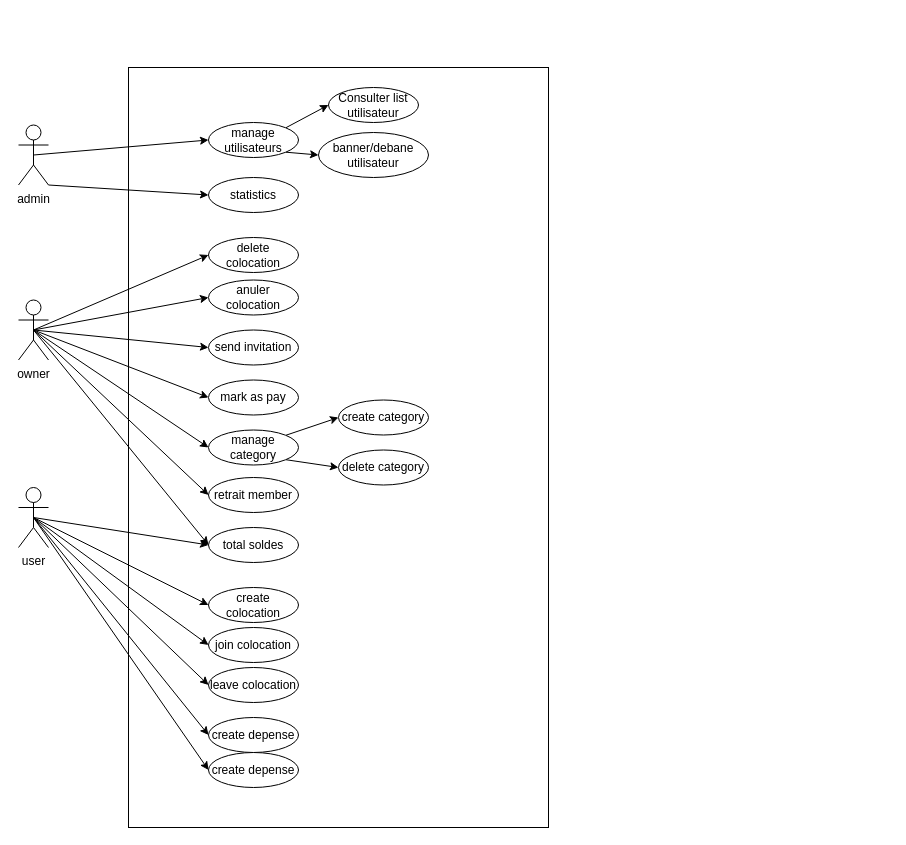
Above: schema/use-case-diagram.drawio in amineElgaini/easycloc (draw.io), before the change. Source tidied: cells renumbered, new cells numbered last; positions are measured from the earlier drawing's top-left corner, leaving out a move shared by most shapes. Both pictures are drawn from the tidied source at 100%, with x=0, y=0 at pixel (18, 67).
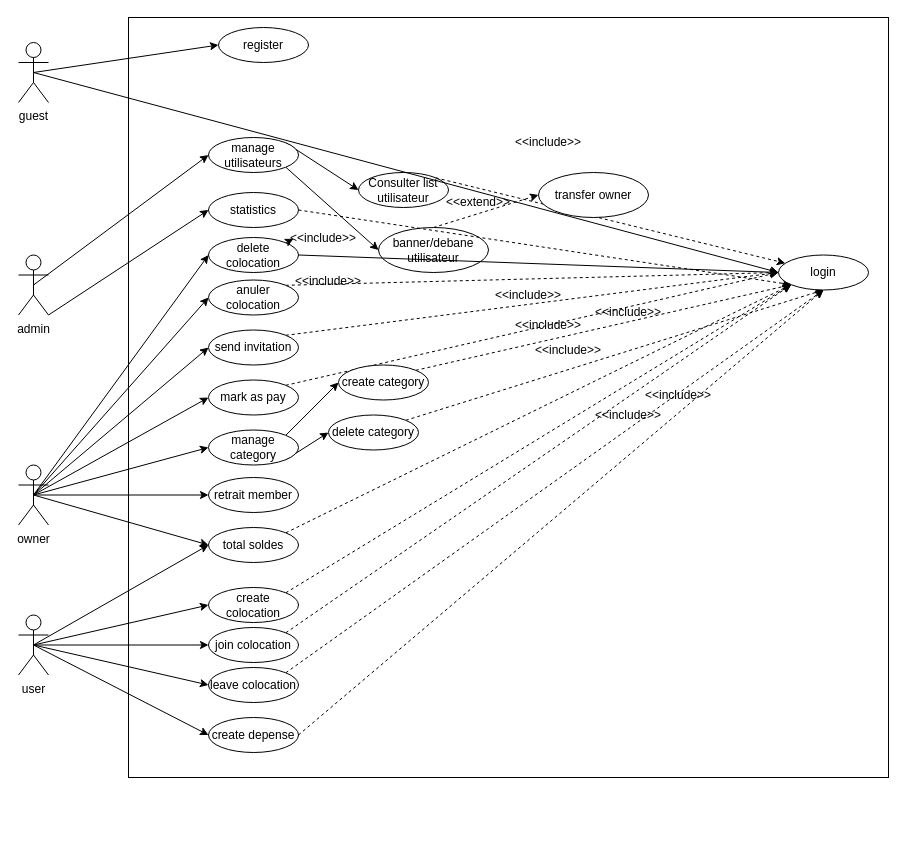
The same page after the edit.

Commit message (it also covers changes not shown here):
update web, and use-case

Unchanged cells that the change refers to:
```xml
<mxCell id="13" value="create colocation" style="ellipse;html=1;whiteSpace=wrap;" parent="1" vertex="1">
  <mxGeometry x="190" y="520" width="90" height="35" as="geometry" />
</mxCell>
<mxCell id="14" value="delete colocation" style="ellipse;html=1;whiteSpace=wrap;" parent="1" vertex="1">
  <mxGeometry x="190" y="170" width="90" height="35" as="geometry" />
</mxCell>
<mxCell id="24" value="anuler colocation" style="ellipse;html=1;whiteSpace=wrap;" parent="1" vertex="1">
  <mxGeometry x="190" y="212.5" width="90" height="35" as="geometry" />
</mxCell>
<mxCell id="25" value="send invitation" style="ellipse;html=1;whiteSpace=wrap;" parent="1" vertex="1">
  <mxGeometry x="190" y="262.5" width="90" height="35" as="geometry" />
</mxCell>
<mxCell id="26" value="mark as pay" style="ellipse;html=1;whiteSpace=wrap;" parent="1" vertex="1">
  <mxGeometry x="190" y="312.5" width="90" height="35" as="geometry" />
</mxCell>
<mxCell id="38" value="total soldes" style="ellipse;html=1;whiteSpace=wrap;" parent="1" vertex="1">
  <mxGeometry x="190" y="460" width="90" height="35" as="geometry" />
</mxCell>
<mxCell id="39" value="join colocation" style="ellipse;html=1;whiteSpace=wrap;" parent="1" vertex="1">
  <mxGeometry x="190" y="560" width="90" height="35" as="geometry" />
</mxCell>
<mxCell id="40" value="leave colocation" style="ellipse;html=1;whiteSpace=wrap;" parent="1" vertex="1">
  <mxGeometry x="190" y="600" width="90" height="35" as="geometry" />
</mxCell>
<mxCell id="41" value="create depense" style="ellipse;html=1;whiteSpace=wrap;" parent="1" vertex="1">
  <mxGeometry x="190" y="650" width="90" height="35" as="geometry" />
</mxCell>
```

Change to the diagram source:
```diff
@@
     <mxCell id="2" style="html=1;whiteSpace=wrap;" parent="1" vertex="1">
-      <mxGeometry x="110" width="420" height="760" as="geometry" />
+      <mxGeometry x="110" y="-50" width="760" height="760" as="geometry" />
     </mxCell>
@@
+    <mxCell id="43" style="edgeStyle=none;html=1;exitX=0.5;exitY=0;exitDx=0;exitDy=0;entryX=0;entryY=0.5;entryDx=0;entryDy=0;dashed=1;" parent="1" edge="1" source="8" target="56">
+      <mxGeometry relative="1" as="geometry" />
+    </mxCell>
+    <mxCell id="44" style="edgeStyle=none;html=1;exitX=1;exitY=0;exitDx=0;exitDy=0;dashed=1;" parent="1" edge="1" source="7" target="60">
+      <mxGeometry relative="1" as="geometry" />
+    </mxCell>
     <mxCell id="5" value="manage utilisateurs" style="ellipse;html=1;whiteSpace=wrap;" parent="1" vertex="1">
-      <mxGeometry x="190" y="55" width="90" height="35" as="geometry" />
+      <mxGeometry x="190" y="70" width="90" height="35" as="geometry" />
     </mxCell>
@@
     <mxCell id="7" value="Consulter list utilisateur" style="ellipse;html=1;whiteSpace=wrap;" parent="1" vertex="1">
-      <mxGeometry x="310" y="20" width="90" height="35" as="geometry" />
+      <mxGeometry x="340" y="105" width="90" height="35" as="geometry" />
     </mxCell>
     <mxCell id="8" value="banner/debane utilisateur" style="ellipse;html=1;whiteSpace=wrap;" parent="1" vertex="1">
-      <mxGeometry x="300" y="65" width="110" height="45" as="geometry" />
+      <mxGeometry x="360" y="160" width="110" height="45" as="geometry" />
     </mxCell>
+    <mxCell id="45" style="edgeStyle=none;html=1;exitX=1;exitY=0.5;exitDx=0;exitDy=0;entryX=0;entryY=1;entryDx=0;entryDy=0;dashed=1;" parent="1" edge="1" source="9" target="60">
+      <mxGeometry relative="1" as="geometry" />
+    </mxCell>
     <mxCell id="9" value="statistics" style="ellipse;html=1;whiteSpace=wrap;" parent="1" vertex="1">
-      <mxGeometry x="190" y="110" width="90" height="35" as="geometry" />
+      <mxGeometry x="190" y="125" width="90" height="35" as="geometry" />
     </mxCell>
@@
     <mxCell id="12" value="admin" style="shape=umlActor;verticalLabelPosition=bottom;verticalAlign=top;html=1;" parent="1" vertex="1">
-      <mxGeometry y="57.5" width="30" height="60" as="geometry" />
+      <mxGeometry y="187.5" width="30" height="60" as="geometry" />
     </mxCell>
+    <mxCell id="46" style="edgeStyle=none;html=1;exitX=1;exitY=0;exitDx=0;exitDy=0;dashed=1;entryX=0;entryY=1;entryDx=0;entryDy=0;" parent="1" edge="1" source="13" target="60">
+      <mxGeometry relative="1" as="geometry" />
+    </mxCell>
@@
+    <mxCell id="47" style="edgeStyle=none;html=1;exitX=1;exitY=0.5;exitDx=0;exitDy=0;entryX=0;entryY=0.5;entryDx=0;entryDy=0;" parent="1" edge="1" source="14" target="60">
+      <mxGeometry relative="1" as="geometry" />
+    </mxCell>
@@
-    <mxCell id="22" style="edgeStyle=none;html=1;exitX=0.5;exitY=0.5;exitDx=0;exitDy=0;exitPerimeter=0;entryX=0;entryY=0.5;entryDx=0;entryDy=0;" parent="1" edge="1" source="23" target="42">
-      <mxGeometry relative="1" as="geometry" />
-    </mxCell>
     <mxCell id="23" value="user" style="shape=umlActor;verticalLabelPosition=bottom;verticalAlign=top;html=1;" parent="1" vertex="1">
-      <mxGeometry y="420" width="30" height="60" as="geometry" />
+      <mxGeometry y="547.5" width="30" height="60" as="geometry" />
     </mxCell>
+    <mxCell id="48" style="edgeStyle=none;html=1;exitX=1;exitY=0;exitDx=0;exitDy=0;dashed=1;entryX=0;entryY=0.5;entryDx=0;entryDy=0;" parent="1" edge="1" source="24" target="60">
+      <mxGeometry relative="1" as="geometry" />
+    </mxCell>
@@
+    <mxCell id="49" style="edgeStyle=none;html=1;exitX=1;exitY=0;exitDx=0;exitDy=0;dashed=1;entryX=0;entryY=0.5;entryDx=0;entryDy=0;" parent="1" edge="1" source="25" target="60">
+      <mxGeometry relative="1" as="geometry" />
+    </mxCell>
@@
+    <mxCell id="50" style="edgeStyle=none;html=1;exitX=1;exitY=0;exitDx=0;exitDy=0;dashed=1;entryX=0;entryY=0.5;entryDx=0;entryDy=0;" parent="1" edge="1" source="26" target="60">
+      <mxGeometry relative="1" as="geometry" />
+    </mxCell>
@@
     <mxCell id="30" value="owner" style="shape=umlActor;verticalLabelPosition=bottom;verticalAlign=top;html=1;" parent="1" vertex="1">
-      <mxGeometry y="232.5" width="30" height="60" as="geometry" />
+      <mxGeometry y="397.5" width="30" height="60" as="geometry" />
     </mxCell>
@@
+    <mxCell id="51" style="edgeStyle=none;html=1;exitX=1;exitY=0;exitDx=0;exitDy=0;entryX=0;entryY=1;entryDx=0;entryDy=0;dashed=1;" parent="1" edge="1" source="35" target="60">
+      <mxGeometry relative="1" as="geometry" />
+    </mxCell>
     <mxCell id="35" value="create category" style="ellipse;html=1;whiteSpace=wrap;" parent="1" vertex="1">
-      <mxGeometry x="320" y="332.5" width="90" height="35" as="geometry" />
+      <mxGeometry x="320" y="297.5" width="90" height="35" as="geometry" />
     </mxCell>
+    <mxCell id="52" style="edgeStyle=none;html=1;exitX=1;exitY=0;exitDx=0;exitDy=0;entryX=0.5;entryY=1;entryDx=0;entryDy=0;dashed=1;" parent="1" edge="1" source="36" target="60">
+      <mxGeometry relative="1" as="geometry" />
+    </mxCell>
     <mxCell id="36" value="delete category" style="ellipse;html=1;whiteSpace=wrap;" parent="1" vertex="1">
-      <mxGeometry x="320" y="382.5" width="90" height="35" as="geometry" />
+      <mxGeometry x="310" y="347.5" width="90" height="35" as="geometry" />
     </mxCell>
@@
+    <mxCell id="53" style="edgeStyle=none;html=1;exitX=1;exitY=0;exitDx=0;exitDy=0;entryX=0;entryY=1;entryDx=0;entryDy=0;dashed=1;" parent="1" edge="1" source="38" target="60">
+      <mxGeometry relative="1" as="geometry" />
+    </mxCell>
@@
+    <mxCell id="54" style="edgeStyle=none;html=1;exitX=1;exitY=0;exitDx=0;exitDy=0;entryX=0.5;entryY=1;entryDx=0;entryDy=0;dashed=1;" parent="1" edge="1" source="40" target="60">
+      <mxGeometry relative="1" as="geometry" />
+    </mxCell>
@@
+    <mxCell id="55" style="edgeStyle=none;html=1;exitX=1;exitY=0.5;exitDx=0;exitDy=0;entryX=0.5;entryY=1;entryDx=0;entryDy=0;dashed=1;" parent="1" edge="1" source="41" target="60">
+      <mxGeometry relative="1" as="geometry" />
+    </mxCell>
@@
-    <mxCell id="42" value="create depense" style="ellipse;html=1;whiteSpace=wrap;" parent="1" vertex="1">
-      <mxGeometry x="190" y="685" width="90" height="35" as="geometry" />
-    </mxCell>
+    <mxCell id="56" value="transfer owner" style="ellipse;html=1;whiteSpace=wrap;" parent="1" vertex="1">
+      <mxGeometry x="520" y="105" width="110" height="45" as="geometry" />
+    </mxCell>
+    <mxCell id="57" style="edgeStyle=none;html=1;exitX=0.5;exitY=0.5;exitDx=0;exitDy=0;exitPerimeter=0;entryX=0;entryY=0.5;entryDx=0;entryDy=0;" parent="1" edge="1" source="59" target="61">
+      <mxGeometry relative="1" as="geometry" />
+    </mxCell>
+    <mxCell id="58" style="edgeStyle=none;html=1;exitX=0.5;exitY=0.5;exitDx=0;exitDy=0;exitPerimeter=0;entryX=0;entryY=0.5;entryDx=0;entryDy=0;" parent="1" edge="1" source="59" target="60">
+      <mxGeometry relative="1" as="geometry" />
+    </mxCell>
+    <mxCell id="59" value="guest" style="shape=umlActor;verticalLabelPosition=bottom;verticalAlign=top;html=1;" parent="1" vertex="1">
+      <mxGeometry y="-25" width="30" height="60" as="geometry" />
+    </mxCell>
+    <mxCell id="60" value="login" style="ellipse;html=1;whiteSpace=wrap;" parent="1" vertex="1">
+      <mxGeometry x="760" y="187.5" width="90" height="35" as="geometry" />
+    </mxCell>
+    <mxCell id="61" value="register" style="ellipse;html=1;whiteSpace=wrap;" parent="1" vertex="1">
+      <mxGeometry x="200" y="-40" width="90" height="35" as="geometry" />
+    </mxCell>
+    <mxCell id="62" value="&amp;lt;&amp;lt;include&amp;gt;&amp;gt;" style="text;html=1;align=center;verticalAlign=middle;whiteSpace=wrap;rounded=0;" parent="1" vertex="1">
+      <mxGeometry x="500" y="60" width="60" height="30" as="geometry" />
+    </mxCell>
+    <mxCell id="63" value="&amp;lt;&amp;lt;extend&amp;gt;&amp;gt;" style="text;html=1;align=center;verticalAlign=middle;whiteSpace=wrap;rounded=0;" parent="1" vertex="1">
+      <mxGeometry x="430" y="120" width="60" height="30" as="geometry" />
+    </mxCell>
+    <mxCell id="64" value="&amp;lt;&amp;lt;include&amp;gt;&amp;gt;" style="text;html=1;align=center;verticalAlign=middle;whiteSpace=wrap;rounded=0;" parent="1" vertex="1">
+      <mxGeometry x="480" y="212.5" width="60" height="30" as="geometry" />
+    </mxCell>
+    <mxCell id="65" value="&amp;lt;&amp;lt;include&amp;gt;&amp;gt;" style="text;html=1;align=center;verticalAlign=middle;whiteSpace=wrap;rounded=0;" parent="1" vertex="1">
+      <mxGeometry x="500" y="242.5" width="60" height="30" as="geometry" />
+    </mxCell>
+    <mxCell id="66" value="&amp;lt;&amp;lt;include&amp;gt;&amp;gt;" style="text;html=1;align=center;verticalAlign=middle;whiteSpace=wrap;rounded=0;" parent="1" vertex="1">
+      <mxGeometry x="520" y="267.5" width="60" height="30" as="geometry" />
+    </mxCell>
+    <mxCell id="67" style="edgeStyle=none;html=1;exitX=1;exitY=0;exitDx=0;exitDy=0;dashed=1;entryX=0;entryY=1;entryDx=0;entryDy=0;" parent="1" edge="1" source="39" target="60">
+      <mxGeometry relative="1" as="geometry" />
+    </mxCell>
+    <mxCell id="68" value="&amp;lt;&amp;lt;include&amp;gt;&amp;gt;" style="text;html=1;align=center;verticalAlign=middle;whiteSpace=wrap;rounded=0;" parent="1" vertex="1">
+      <mxGeometry x="580" y="332.5" width="60" height="30" as="geometry" />
+    </mxCell>
+    <mxCell id="69" value="&amp;lt;&amp;lt;include&amp;gt;&amp;gt;" style="text;html=1;align=center;verticalAlign=middle;whiteSpace=wrap;rounded=0;" parent="1" vertex="1">
+      <mxGeometry x="580" y="230" width="60" height="30" as="geometry" />
+    </mxCell>
+    <mxCell id="70" value="&amp;lt;&amp;lt;include&amp;gt;&amp;gt;" style="text;html=1;align=center;verticalAlign=middle;whiteSpace=wrap;rounded=0;" parent="1" vertex="1">
+      <mxGeometry x="630" y="312.5" width="60" height="30" as="geometry" />
+    </mxCell>
+    <mxCell id="71" value="&amp;lt;&amp;lt;include&amp;gt;&amp;gt;" style="text;html=1;align=center;verticalAlign=middle;whiteSpace=wrap;rounded=0;" parent="1" vertex="1">
+      <mxGeometry x="280" y="197.5" width="60" height="32.5" as="geometry" />
+    </mxCell>
+    <mxCell id="72" style="edgeStyle=none;html=1;exitX=1;exitY=0;exitDx=0;exitDy=0;dashed=1;entryX=0;entryY=0.5;entryDx=0;entryDy=0;" parent="1" edge="1" source="14" target="73">
+      <mxGeometry relative="1" as="geometry" />
+    </mxCell>
+    <mxCell id="73" value="&amp;lt;&amp;lt;include&amp;gt;&amp;gt;" style="text;html=1;align=center;verticalAlign=middle;whiteSpace=wrap;rounded=0;" parent="1" vertex="1">
+      <mxGeometry x="275" y="155" width="60" height="32.5" as="geometry" />
+    </mxCell>
```
